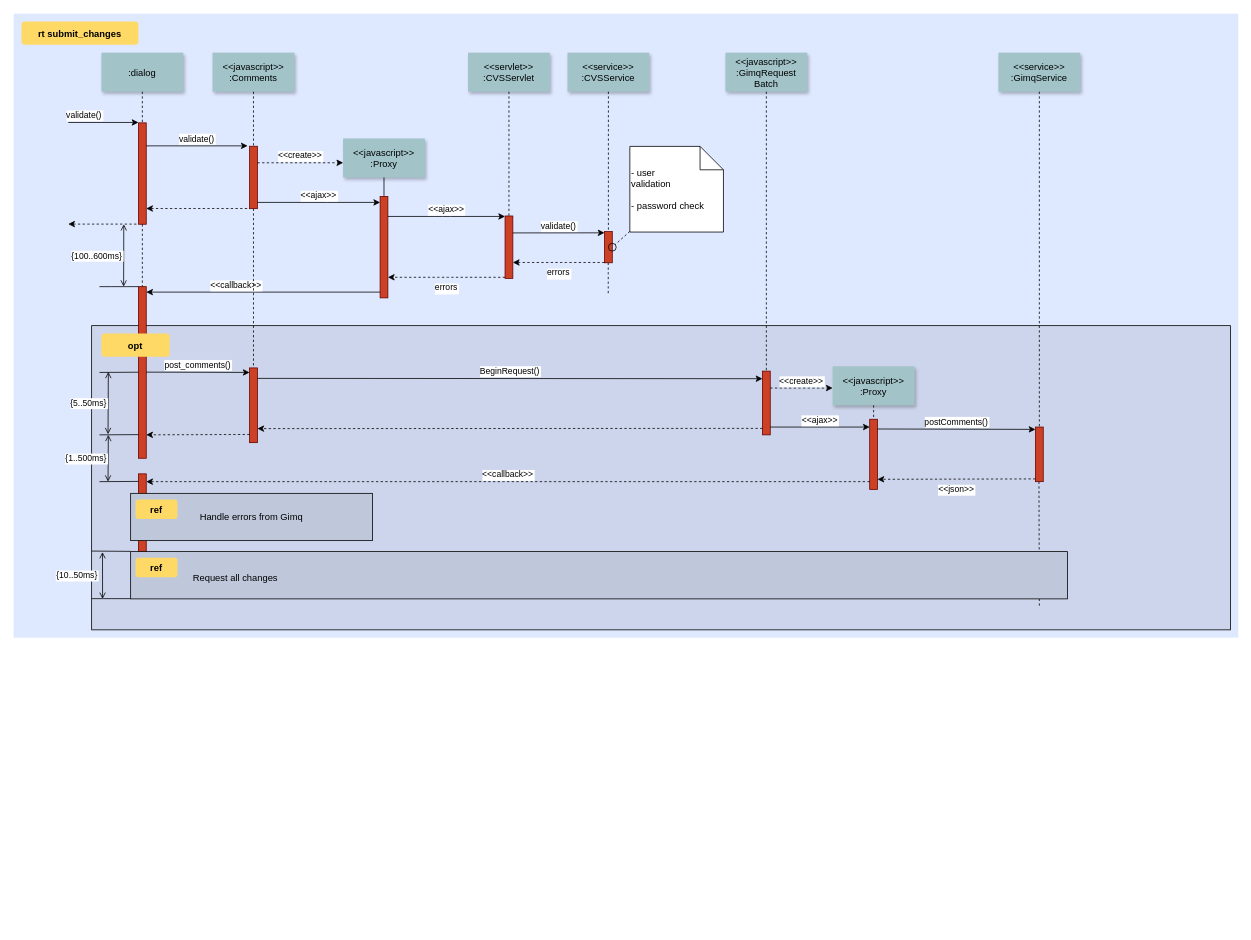
Before: Untitled Diagram.drawio in WQMysqlDBA/views, a draw.io diagram. Source tidied: cells renumbered, new cells numbered last; positions are measured from the earlier drawing's top-left corner, leaving out a move shared by most shapes. Both pictures are drawn from the tidied source at 78%, with x=0, y=0 at pixel (13, 13).
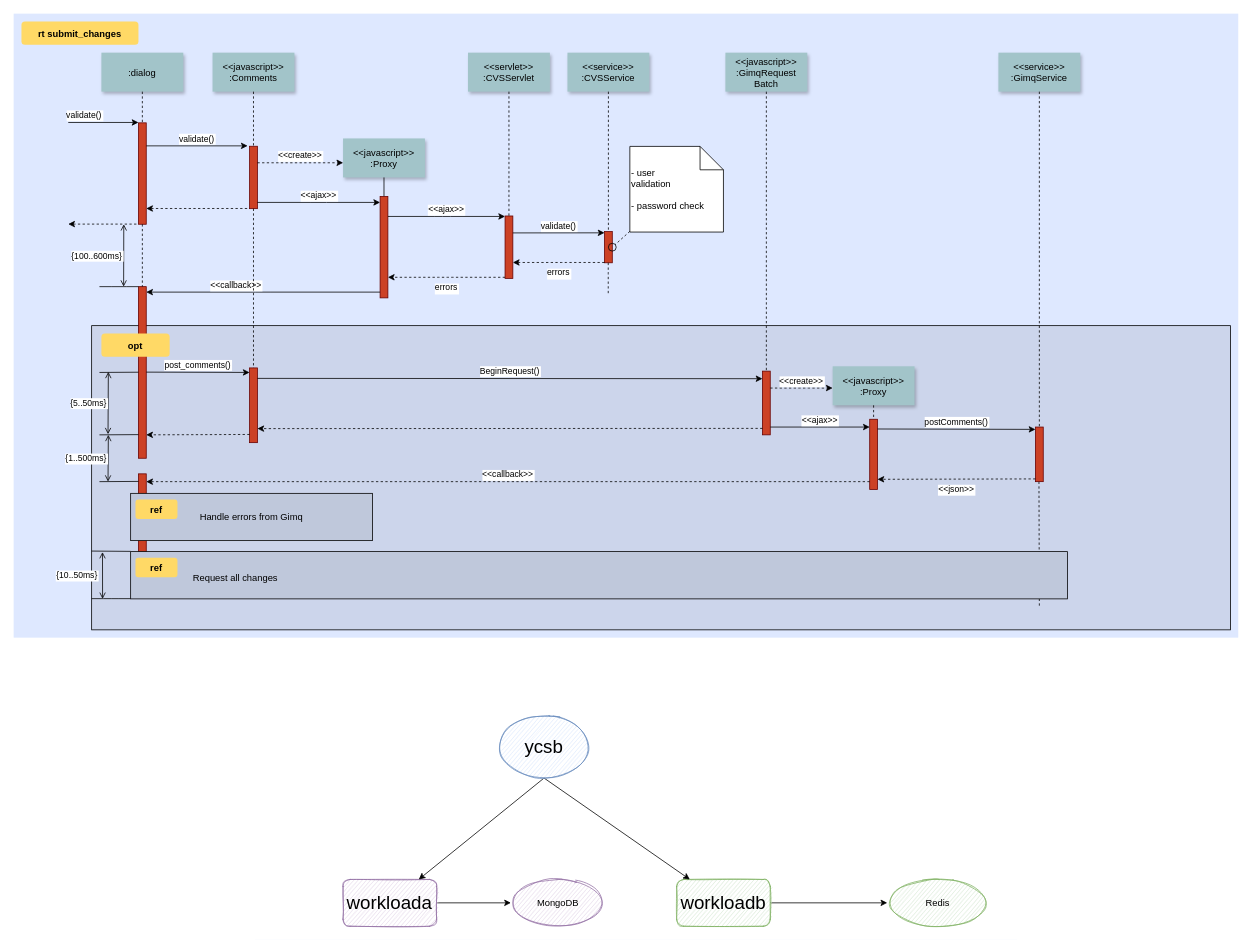
After the change.

What changed in the source:
```diff
@@
+    <mxCell id="75" style="edgeStyle=none;rounded=0;jettySize=auto;html=1;fontFamily=Helvetica;fontSize=24;fontColor=default;" parent="1" edge="1" source="76" target="82">
+      <mxGeometry relative="1" as="geometry" />
+    </mxCell>
+    <mxCell id="76" value="&lt;font style=&quot;font-size: 24px&quot;&gt;workloada&lt;/font&gt;" style="rounded=1;whiteSpace=wrap;html=1;shadow=0;sketch=1;fontFamily=Helvetica;fontSize=12;strokeColor=#9673a6;fillColor=#e1d5e7;" parent="1" vertex="1">
+      <mxGeometry x="422.3" y="1110" width="120" height="60" as="geometry" />
+    </mxCell>
+    <mxCell id="77" style="edgeStyle=none;rounded=0;jettySize=auto;html=1;fontFamily=Helvetica;fontSize=24;fontColor=default;" parent="1" edge="1" source="78" target="83">
+      <mxGeometry relative="1" as="geometry" />
+    </mxCell>
+    <mxCell id="78" value="&lt;span&gt;&lt;font style=&quot;font-size: 24px&quot;&gt;workloadb&lt;/font&gt;&lt;/span&gt;" style="rounded=1;whiteSpace=wrap;html=1;shadow=0;sketch=1;fontFamily=Helvetica;fontSize=12;strokeColor=#82b366;fillColor=#d5e8d4;" parent="1" vertex="1">
+      <mxGeometry x="850" y="1110" width="120" height="60" as="geometry" />
+    </mxCell>
+    <mxCell id="79" style="rounded=0;jettySize=auto;html=1;fontFamily=Helvetica;fontSize=12;fontColor=default;exitX=0.5;exitY=1;exitDx=0;exitDy=0;" parent="1" edge="1" source="81" target="78">
+      <mxGeometry relative="1" as="geometry" />
+    </mxCell>
+    <mxCell id="80" style="rounded=0;jettySize=auto;html=1;exitX=0.5;exitY=1;exitDx=0;exitDy=0;fontFamily=Helvetica;fontSize=12;fontColor=default;" parent="1" edge="1" source="81" target="76">
+      <mxGeometry relative="1" as="geometry" />
+    </mxCell>
+    <mxCell id="81" value="&lt;font style=&quot;font-size: 24px&quot;&gt;ycsb&lt;/font&gt;" style="ellipse;whiteSpace=wrap;html=1;shadow=0;sketch=1;fontFamily=Helvetica;fontSize=12;fontColor=default;strokeColor=#6c8ebf;fillColor=#dae8fc;gradientColor=none;" parent="1" vertex="1">
+      <mxGeometry x="620" y="900" width="120" height="80" as="geometry" />
+    </mxCell>
+    <mxCell id="82" value="MongoDB" style="ellipse;whiteSpace=wrap;html=1;fillColor=#e1d5e7;strokeColor=#9673a6;rounded=1;shadow=0;sketch=1;" parent="1" vertex="1">
+      <mxGeometry x="637.5" y="1110" width="120" height="60" as="geometry" />
+    </mxCell>
+    <mxCell id="83" value="Redis" style="ellipse;whiteSpace=wrap;html=1;fillColor=#d5e8d4;strokeColor=#82b366;rounded=1;shadow=0;sketch=1;" parent="1" vertex="1">
+      <mxGeometry x="1120" y="1110" width="130" height="60" as="geometry" />
+    </mxCell>
```
